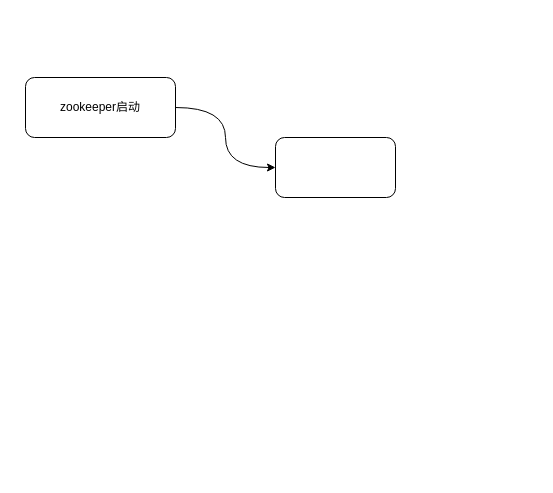
The draw.io diagram zookeeper启动&选举流程.drawio in Hwangzhiyoung/interview, before the edit. Source tidied: cells renumbered, new cells numbered last; positions are measured from the earlier drawing's top-left corner, leaving out a move shared by most shapes. Both pictures are drawn from the tidied source at 100%, with x=0, y=0 at pixel (25, 77).
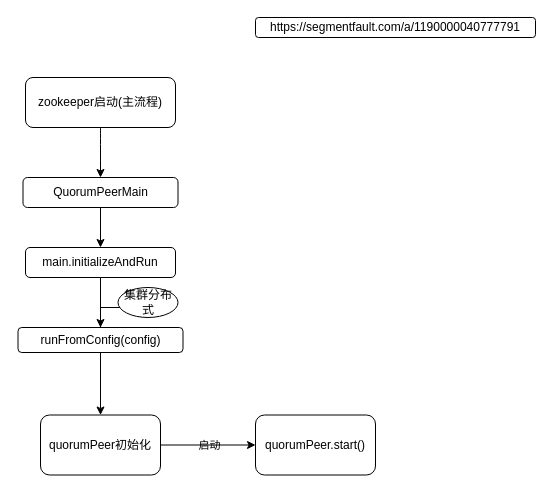
The same diagram, later.

Commit message:
更新zookeeper启动&选举流程.drawio

Change to the diagram source:
```diff
@@
 <mxGraphModel>
   <root>
     <mxCell id="0" />
     <mxCell id="1" parent="0" />
-    <mxCell id="2" style="edgeStyle=orthogonalEdgeStyle;rounded=0;jettySize=auto;html=1;entryX=0;entryY=0.5;entryDx=0;entryDy=0;curved=1;" parent="1" edge="1" source="3" target="4">
+    <mxCell id="2" style="edgeStyle=orthogonalEdgeStyle;rounded=0;jettySize=auto;html=1;entryX=0.5;entryY=0;entryDx=0;entryDy=0;curved=1;" parent="1" edge="1" source="3" target="7">
       <mxGeometry relative="1" as="geometry" />
     </mxCell>
-    <mxCell id="3" value="zookeeper启动" style="rounded=1;whiteSpace=wrap;html=1;" parent="1" vertex="1">
-      <mxGeometry width="150" height="60" as="geometry" />
+    <mxCell id="3" value="zookeeper启动(主流程)" style="rounded=1;whiteSpace=wrap;html=1;" parent="1" vertex="1">
+      <mxGeometry width="150" height="50" as="geometry" />
     </mxCell>
-    <mxCell id="4" style="whiteSpace=wrap;html=1;rounded=1;" parent="1" vertex="1">
-      <mxGeometry x="250" y="60" width="120" height="60" as="geometry" />
-    </mxCell>
+    <mxCell id="5" value="https://segmentfault.com/a/1190000040777791" style="rounded=1;whiteSpace=wrap;html=1;" parent="1" vertex="1">
+      <mxGeometry x="230" y="-60" width="280" height="20" as="geometry" />
+    </mxCell>
+    <mxCell id="6" style="edgeStyle=orthogonalEdgeStyle;rounded=0;jettySize=auto;html=1;fontColor=#000000;" parent="1" edge="1" source="7" target="9">
+      <mxGeometry relative="1" as="geometry" />
+    </mxCell>
+    <mxCell id="7" value="&lt;font color=&quot;#000000&quot;&gt;QuorumPeerMain&lt;/font&gt;" style="rounded=1;whiteSpace=wrap;html=1;labelBackgroundColor=none;fontColor=#FFFFFF;strokeColor=default;" parent="1" vertex="1">
+      <mxGeometry x="-2.5" y="100" width="155" height="30" as="geometry" />
+    </mxCell>
+    <mxCell id="8" style="edgeStyle=orthogonalEdgeStyle;rounded=0;jettySize=auto;html=1;fontColor=#000000;" parent="1" edge="1" source="9" target="12">
+      <mxGeometry relative="1" as="geometry" />
+    </mxCell>
+    <mxCell id="9" value="main.initializeAndRun" style="rounded=1;whiteSpace=wrap;html=1;labelBackgroundColor=none;fontColor=#000000;strokeColor=default;" parent="1" vertex="1">
+      <mxGeometry y="170" width="150" height="30" as="geometry" />
+    </mxCell>
+    <mxCell id="10" style="edgeStyle=orthogonalEdgeStyle;rounded=0;jettySize=auto;html=1;fontColor=#000000;" parent="1" edge="1" source="12" target="13">
+      <mxGeometry relative="1" as="geometry" />
+    </mxCell>
+    <mxCell id="11" style="edgeStyle=orthogonalEdgeStyle;rounded=0;jettySize=auto;html=1;fontColor=#000000;" parent="1" edge="1" source="12" target="14">
+      <mxGeometry relative="1" as="geometry" />
+    </mxCell>
+    <mxCell id="12" value="runFromConfig(config)" style="whiteSpace=wrap;html=1;fontColor=#000000;rounded=1;labelBackgroundColor=none;" parent="1" vertex="1">
+      <mxGeometry x="-7.5" y="250" width="165" height="25" as="geometry" />
+    </mxCell>
+    <mxCell id="13" value="集群分布式" style="ellipse;whiteSpace=wrap;html=1;fontColor=#000000;rounded=1;labelBackgroundColor=none;" parent="1" vertex="1">
+      <mxGeometry x="92.5" y="210" width="60" height="30" as="geometry" />
+    </mxCell>
+    <mxCell id="14" value="quorumPeer初始化" style="whiteSpace=wrap;html=1;fontColor=#000000;rounded=1;labelBackgroundColor=none;" parent="1" vertex="1">
+      <mxGeometry x="15" y="337.5" width="120" height="60" as="geometry" />
+    </mxCell>
+    <mxCell id="15" value="quorumPeer.start()" style="whiteSpace=wrap;html=1;fontColor=#000000;rounded=1;labelBackgroundColor=none;" parent="1" vertex="1">
+      <mxGeometry x="230" y="337.5" width="120" height="60" as="geometry" />
+    </mxCell>
+    <mxCell id="16" style="endArrow=classic;html=1;rounded=0;fontColor=#000000;exitX=1;exitY=0.5;exitDx=0;exitDy=0;entryX=0;entryY=0.5;entryDx=0;entryDy=0;" parent="1" edge="1" source="14" target="15">
+      <mxGeometry relative="1" as="geometry" />
+    </mxCell>
+    <mxCell id="17" value="启动" style="edgeLabel;html=1;align=center;verticalAlign=middle;labelBackgroundColor=none;fontColor=#000000;strokeColor=default;" parent="16" vertex="1">
+      <mxGeometry relative="1" as="geometry" />
+    </mxCell>
   </root>
 </mxGraphModel>
```
